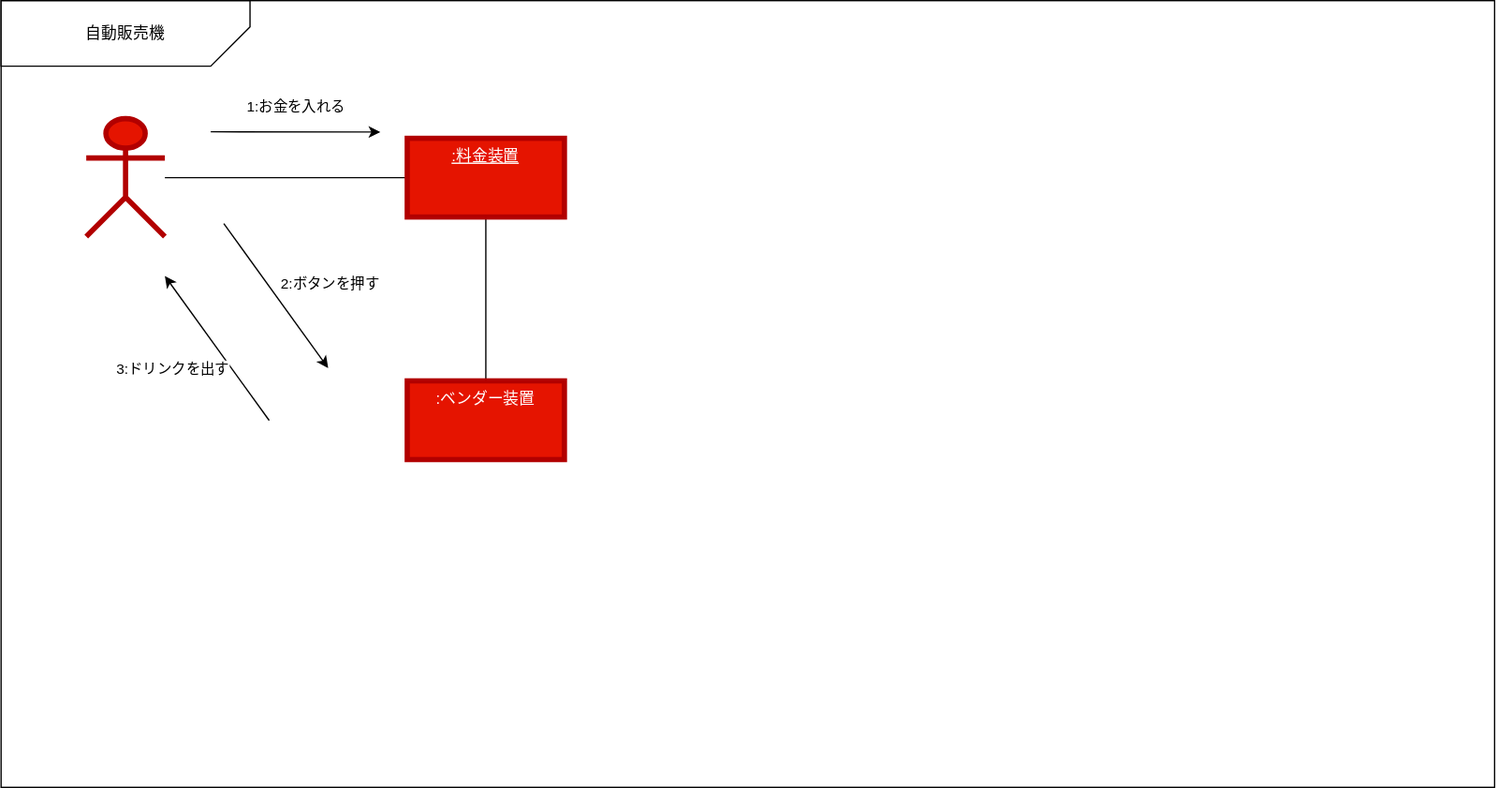
Before: 演習６/演習6-4-4_コミュニケーション図_自動販売機.drawio.svg, a diagram exported from draw.io (Kuya0307/unl-introduction). Source tidied: cells renumbered, new cells last; positions are measured from the earlier drawing's top-left corner, leaving out a move shared by most shapes.
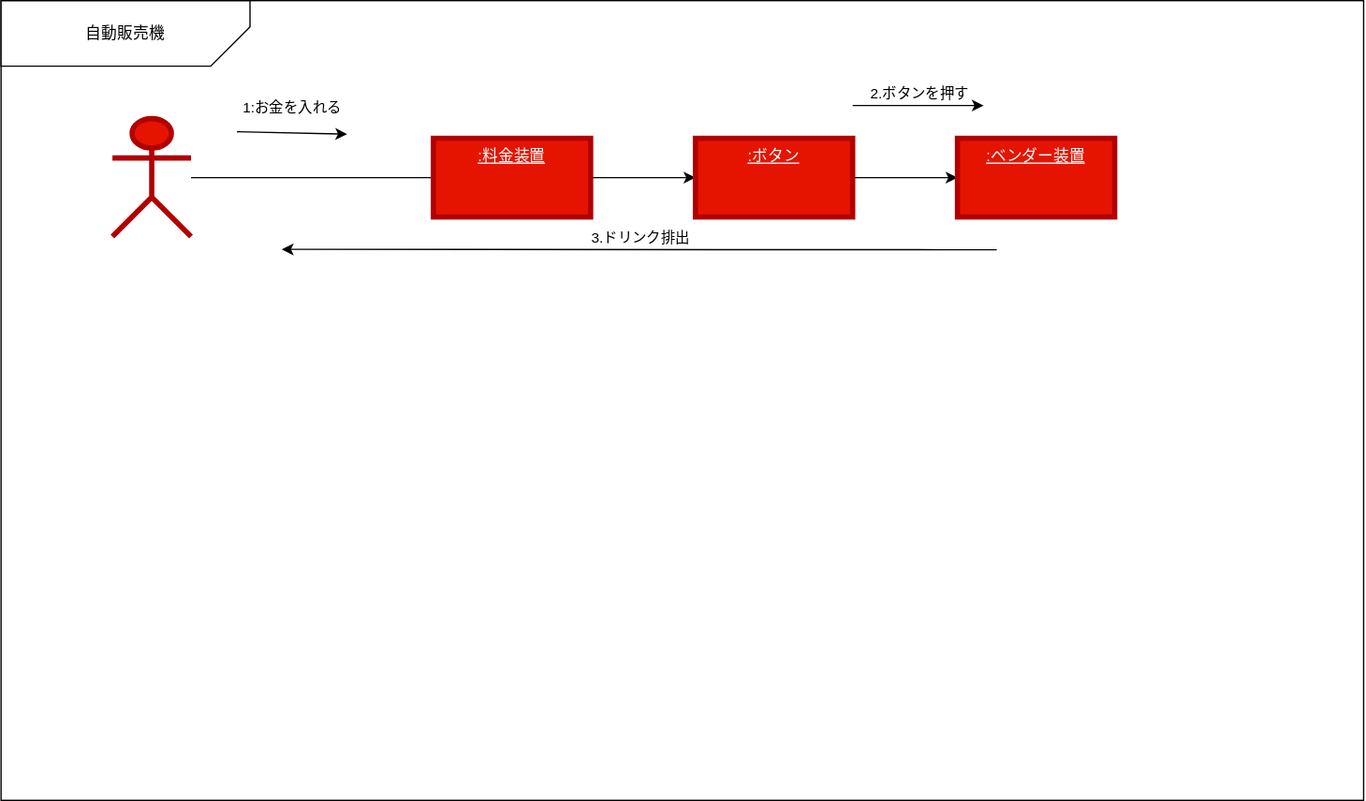
After the change.

The edit, as a diff of the source:
```diff
@@ -3,10 +3,10 @@
     <mxCell id="0" />
     <mxCell id="1" parent="0" />
     <mxCell id="2" style="rounded=0;whiteSpace=wrap;html=1;" parent="1" vertex="1">
-      <mxGeometry width="1140" height="600" as="geometry" />
+      <mxGeometry x="-20" width="1040" height="610" as="geometry" />
     </mxCell>
     <mxCell id="3" value="自動販売機" style="shape=card;whiteSpace=wrap;html=1;direction=west;rotation=0;" parent="1" vertex="1">
-      <mxGeometry width="190" height="50" as="geometry" />
+      <mxGeometry x="-20" width="190" height="50" as="geometry" />
     </mxCell>
     <mxCell id="4" style="edgeStyle=none;html=1;endArrow=none;endFill=0;" parent="1" edge="1" source="5" target="7">
       <mxGeometry relative="1" as="geometry" />
@@ -14,15 +14,12 @@
     <mxCell id="5" value=":客" style="shape=umlActor;verticalLabelPosition=bottom;verticalAlign=top;html=1;outlineConnect=0;fillColor=#e51400;fillStyle=auto;fontColor=#ffffff;strokeColor=#B20000;strokeWidth=4;" parent="1" vertex="1">
       <mxGeometry x="65" y="90" width="60" height="90" as="geometry" />
     </mxCell>
-    <mxCell id="6" style="edgeStyle=none;html=1;endArrow=none;endFill=0;" parent="1" edge="1" source="7" target="8">
-      <mxGeometry relative="1" as="geometry" />
-    </mxCell>
+    <mxCell id="15" style="edgeStyle=none;html=1;" parent="1" edge="1" source="7" target="14">
+      <mxGeometry relative="1" as="geometry" />
+    </mxCell>
     <mxCell id="7" value="&lt;u&gt;:料金装置&lt;/u&gt;" style="whiteSpace=wrap;html=1;verticalAlign=top;fillColor=#e51400;strokeColor=#B20000;fontColor=#ffffff;fillStyle=auto;strokeWidth=4;" parent="1" vertex="1">
       <mxGeometry x="310" y="105" width="120" height="60" as="geometry" />
     </mxCell>
-    <mxCell id="8" value=":ベンダー装置" style="whiteSpace=wrap;html=1;verticalAlign=top;fillColor=#e51400;strokeColor=#B20000;fontColor=#ffffff;fillStyle=auto;strokeWidth=4;" parent="1" vertex="1">
-      <mxGeometry x="310" y="290" width="120" height="60" as="geometry" />
-    </mxCell>
     <mxCell id="9" style="endArrow=classic;html=1;entryX=0.254;entryY=0.167;entryDx=0;entryDy=0;entryPerimeter=0;" parent="1" edge="1" target="2">
       <mxGeometry relative="1" as="geometry">
         <mxPoint x="160" y="100" as="sourcePoint" />
@@ -33,26 +30,41 @@
         <mxPoint y="-20" as="offset" />
       </mxGeometry>
     </mxCell>
-    <mxCell id="11" style="endArrow=classic;html=1;entryX=0.219;entryY=0.467;entryDx=0;entryDy=0;entryPerimeter=0;" parent="1" edge="1" target="2">
-      <mxGeometry relative="1" as="geometry">
-        <mxPoint x="170" y="170" as="sourcePoint" />
-      </mxGeometry>
-    </mxCell>
-    <mxCell id="12" value="2:ボタンを押す" style="edgeLabel;html=1;align=center;verticalAlign=middle;fillStyle=auto;strokeWidth=4;gradientColor=none;" parent="11" vertex="1">
-      <mxGeometry relative="1" as="geometry">
-        <mxPoint x="40" y="-10" as="offset" />
-      </mxGeometry>
-    </mxCell>
-    <mxCell id="13" style="endArrow=none;html=1;entryX=0.219;entryY=0.467;entryDx=0;entryDy=0;entryPerimeter=0;endFill=0;startArrow=classic;startFill=1;" parent="1" edge="1">
-      <mxGeometry relative="1" as="geometry">
-        <mxPoint x="125" y="210" as="sourcePoint" />
-        <mxPoint x="204.7" y="320.2" as="targetPoint" />
-      </mxGeometry>
-    </mxCell>
+    <mxCell id="16" style="edgeStyle=none;html=1;" parent="1" edge="1" source="14" target="8">
+      <mxGeometry relative="1" as="geometry" />
+    </mxCell>
-    <mxCell id="14" value="3:ドリンクを出す" style="edgeLabel;html=1;align=center;verticalAlign=middle;fillStyle=auto;strokeWidth=4;gradientColor=none;" parent="13" vertex="1">
-      <mxGeometry relative="1" as="geometry">
-        <mxPoint x="-35" y="15" as="offset" />
-      </mxGeometry>
+    <mxCell id="14" value="&lt;u&gt;:ボタン&lt;br&gt;&lt;br&gt;&lt;/u&gt;" style="whiteSpace=wrap;html=1;verticalAlign=top;fillColor=#e51400;strokeColor=#B20000;fontColor=#ffffff;fillStyle=auto;strokeWidth=4;" parent="1" vertex="1">
+      <mxGeometry x="510" y="105" width="120" height="60" as="geometry" />
     </mxCell>
+    <mxCell id="8" value="&lt;u&gt;:ベンダー装置&lt;/u&gt;" style="whiteSpace=wrap;html=1;verticalAlign=top;fillColor=#e51400;strokeColor=#B20000;fontColor=#ffffff;fillStyle=auto;strokeWidth=4;" parent="1" vertex="1">
+      <mxGeometry x="710" y="105" width="120" height="60" as="geometry" />
+    </mxCell>
+    <mxCell id="17" style="endArrow=classic;html=1;" parent="1" edge="1">
+      <mxGeometry relative="1" as="geometry">
+        <mxPoint x="630" y="80" as="sourcePoint" />
+        <mxPoint x="730" y="80" as="targetPoint" />
+        <Array as="points">
+          <mxPoint x="680" y="80" />
+        </Array>
+      </mxGeometry>
+    </mxCell>
+    <mxCell id="18" value="2.ボタンを押す" style="edgeLabel;html=1;align=center;verticalAlign=middle;" parent="17" vertex="1">
+      <mxGeometry relative="1" as="geometry">
+        <mxPoint y="-10" as="offset" />
+      </mxGeometry>
+    </mxCell>
+    <mxCell id="19" style="endArrow=none;html=1;endFill=0;startArrow=classic;startFill=1;exitX=0.206;exitY=0.311;exitDx=0;exitDy=0;exitPerimeter=0;" parent="1" edge="1" source="2">
+      <mxGeometry relative="1" as="geometry">
+        <mxPoint x="740" y="190" as="targetPoint" />
+        <Array as="points">
+          <mxPoint x="690" y="190" />
+        </Array>
+      </mxGeometry>
+    </mxCell>
+    <mxCell id="20" value="3.ドリンク排出" style="edgeLabel;html=1;align=center;verticalAlign=middle;" parent="19" vertex="1">
+      <mxGeometry relative="1" as="geometry">
+        <mxPoint y="-10" as="offset" />
+      </mxGeometry>
+    </mxCell>
   </root>
 </mxGraphModel>
```
